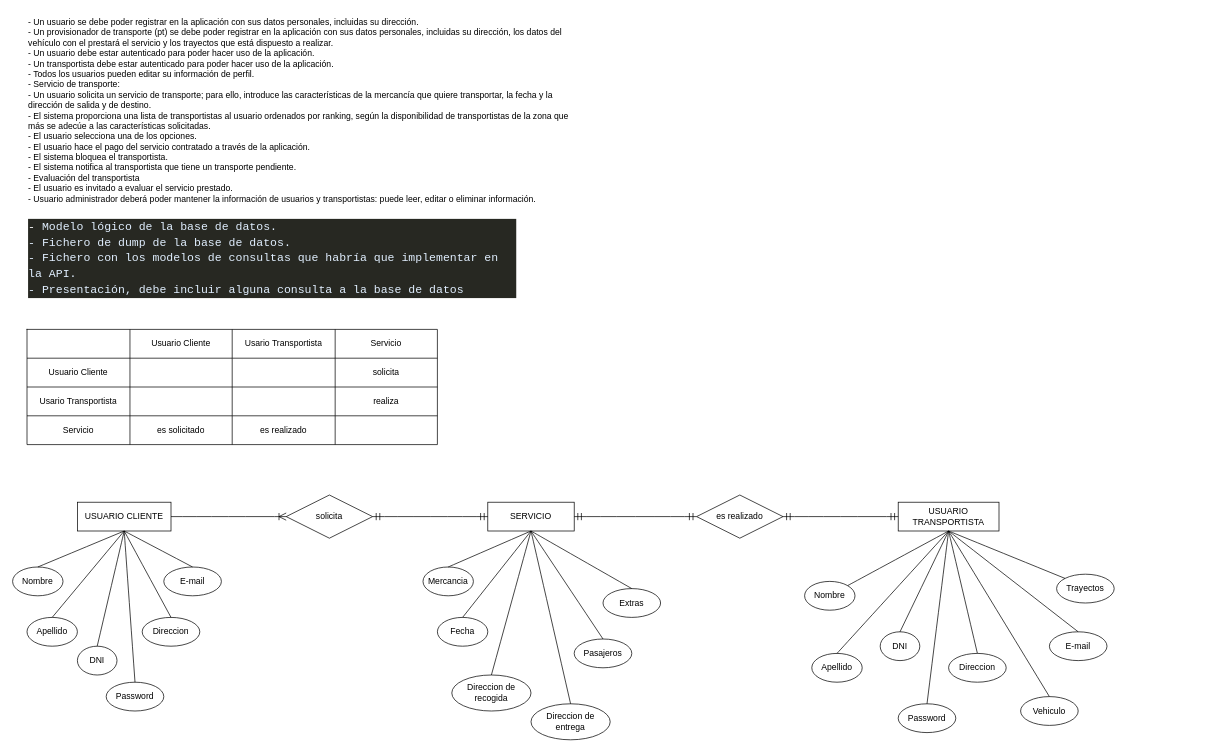
Before: Diagrama sin título.drawio in Factoria-F5-Git/mudapp-loquetucorazontediga, a draw.io diagram. Source tidied: cells renumbered, new cells numbered last; positions are measured from the earlier drawing's top-left corner, leaving out a move shared by most shapes. Both pictures are drawn from the tidied source at 72%, with x=0, y=0 at pixel (12, 12).
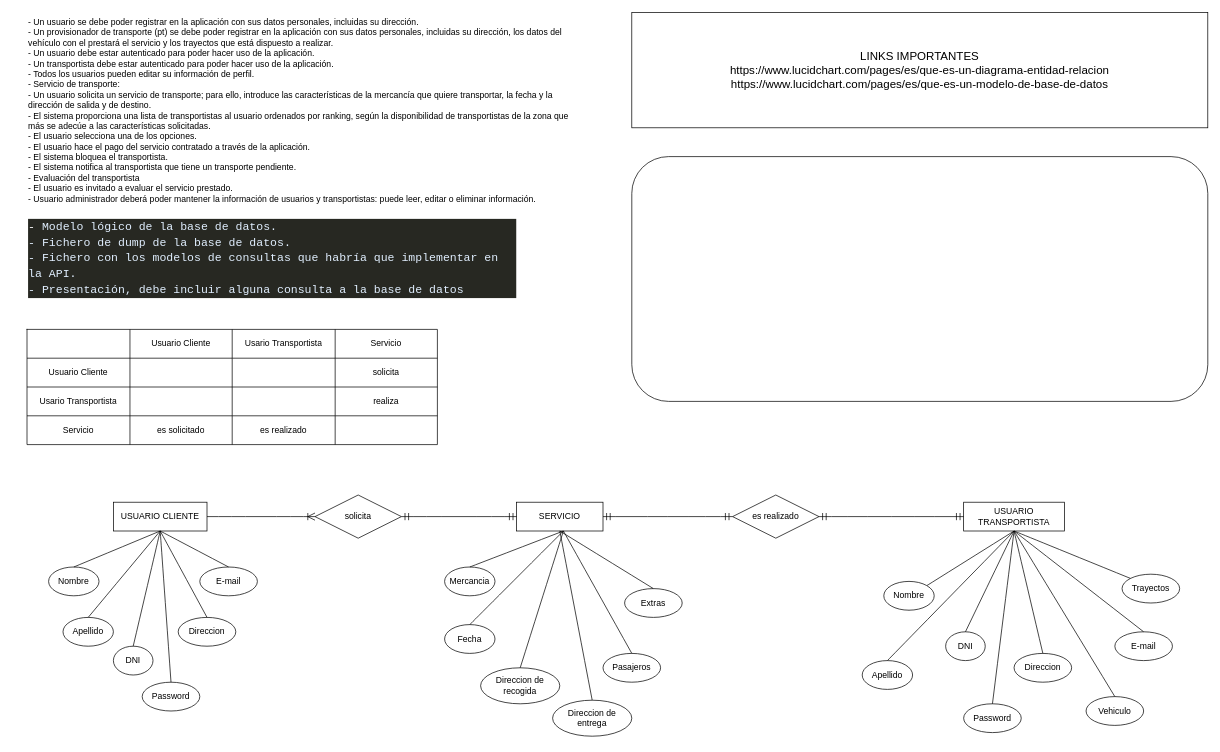
After the change.

Change to the diagram source:
```diff
@@
     <mxCell id="25" value="USUARIO CLIENTE" style="whiteSpace=wrap;html=1;align=center;" parent="1" vertex="1">
-      <mxGeometry x="90" y="680" width="130" height="40" as="geometry" />
+      <mxGeometry x="140" y="680" width="130" height="40" as="geometry" />
     </mxCell>
     <mxCell id="26" value="USUARIO TRANSPORTISTA" style="whiteSpace=wrap;html=1;align=center;" parent="1" vertex="1">
-      <mxGeometry x="1230" y="680" width="140" height="40" as="geometry" />
+      <mxGeometry x="1320.9" y="680" width="140" height="40" as="geometry" />
     </mxCell>
     <mxCell id="27" value="SERVICIO" style="whiteSpace=wrap;html=1;align=center;" parent="1" vertex="1">
-      <mxGeometry x="660" y="680" width="120" height="40" as="geometry" />
+      <mxGeometry x="700" y="680" width="120" height="40" as="geometry" />
     </mxCell>
     <mxCell id="28" value="solicita" style="shape=rhombus;perimeter=rhombusPerimeter;whiteSpace=wrap;html=1;align=center;" parent="1" vertex="1">
-      <mxGeometry x="380" y="670" width="120" height="60" as="geometry" />
+      <mxGeometry x="420" y="670" width="120" height="60" as="geometry" />
     </mxCell>
     <mxCell id="29" value="es realizado" style="shape=rhombus;perimeter=rhombusPerimeter;whiteSpace=wrap;html=1;align=center;" parent="1" vertex="1">
-      <mxGeometry x="950" y="670" width="120" height="60" as="geometry" />
+      <mxGeometry x="1000" y="670" width="120" height="60" as="geometry" />
     </mxCell>
     <mxCell id="30" value="Nombre" style="ellipse;whiteSpace=wrap;html=1;align=center;" parent="1" vertex="1">
-      <mxGeometry y="770" width="70" height="40" as="geometry" />
+      <mxGeometry x="50" y="770" width="70" height="40" as="geometry" />
     </mxCell>
     <mxCell id="31" value="Apellido" style="ellipse;whiteSpace=wrap;html=1;align=center;" parent="1" vertex="1">
-      <mxGeometry x="20" y="840" width="70" height="40" as="geometry" />
+      <mxGeometry x="70" y="840" width="70" height="40" as="geometry" />
     </mxCell>
     <mxCell id="32" value="DNI" style="ellipse;whiteSpace=wrap;html=1;align=center;" parent="1" vertex="1">
-      <mxGeometry x="90" y="880" width="55" height="40" as="geometry" />
+      <mxGeometry x="140" y="880" width="55" height="40" as="geometry" />
     </mxCell>
@@
     <mxCell id="40" value="Password" style="ellipse;whiteSpace=wrap;html=1;align=center;" parent="1" vertex="1">
-      <mxGeometry x="130" y="930" width="80" height="40" as="geometry" />
+      <mxGeometry x="180" y="930" width="80" height="40" as="geometry" />
     </mxCell>
@@
     <mxCell id="42" value="Direccion" style="ellipse;whiteSpace=wrap;html=1;align=center;" parent="1" vertex="1">
-      <mxGeometry x="180" y="840" width="80" height="40" as="geometry" />
+      <mxGeometry x="230" y="840" width="80" height="40" as="geometry" />
     </mxCell>
@@
     <mxCell id="44" value="E-mail" style="ellipse;whiteSpace=wrap;html=1;align=center;" parent="1" vertex="1">
-      <mxGeometry x="210" y="770" width="80" height="40" as="geometry" />
+      <mxGeometry x="260" y="770" width="80" height="40" as="geometry" />
     </mxCell>
@@
-    <mxCell id="46" value="Nombre" style="ellipse;whiteSpace=wrap;html=1;align=center;" parent="1" vertex="1">
-      <mxGeometry x="1100" y="790" width="70" height="40" as="geometry" />
-    </mxCell>
     <mxCell id="47" value="Apellido" style="ellipse;whiteSpace=wrap;html=1;align=center;" parent="1" vertex="1">
-      <mxGeometry x="1110" y="890" width="70" height="40" as="geometry" />
+      <mxGeometry x="1180" y="900" width="70" height="40" as="geometry" />
     </mxCell>
     <mxCell id="48" value="DNI" style="ellipse;whiteSpace=wrap;html=1;align=center;" parent="1" vertex="1">
-      <mxGeometry x="1205" y="860" width="55" height="40" as="geometry" />
+      <mxGeometry x="1295.9" y="860" width="55" height="40" as="geometry" />
     </mxCell>
@@
     <mxCell id="52" value="Password" style="ellipse;whiteSpace=wrap;html=1;align=center;" parent="1" vertex="1">
-      <mxGeometry x="1230" y="960" width="80" height="40" as="geometry" />
+      <mxGeometry x="1320.9" y="960" width="80" height="40" as="geometry" />
     </mxCell>
@@
     <mxCell id="54" value="Direccion" style="ellipse;whiteSpace=wrap;html=1;align=center;" parent="1" vertex="1">
-      <mxGeometry x="1300" y="890" width="80" height="40" as="geometry" />
+      <mxGeometry x="1390.9" y="890" width="80" height="40" as="geometry" />
     </mxCell>
@@
     <mxCell id="56" value="E-mail" style="ellipse;whiteSpace=wrap;html=1;align=center;" parent="1" vertex="1">
-      <mxGeometry x="1440" y="860" width="80" height="40" as="geometry" />
+      <mxGeometry x="1530.9" y="860" width="80" height="40" as="geometry" />
     </mxCell>
@@
     <mxCell id="58" value="Vehiculo" style="ellipse;whiteSpace=wrap;html=1;align=center;" parent="1" vertex="1">
-      <mxGeometry x="1400" y="950" width="80" height="40" as="geometry" />
+      <mxGeometry x="1490.9" y="950" width="80" height="40" as="geometry" />
     </mxCell>
@@
     <mxCell id="60" value="Trayectos" style="ellipse;whiteSpace=wrap;html=1;align=center;" parent="1" vertex="1">
-      <mxGeometry x="1450" y="780" width="80" height="40" as="geometry" />
+      <mxGeometry x="1540.9" y="780" width="80" height="40" as="geometry" />
     </mxCell>
@@
     <mxCell id="62" value="Mercancia" style="ellipse;whiteSpace=wrap;html=1;align=center;" parent="1" vertex="1">
-      <mxGeometry x="570" y="770" width="70" height="40" as="geometry" />
+      <mxGeometry x="600" y="770" width="70" height="40" as="geometry" />
     </mxCell>
     <mxCell id="63" value="Fecha" style="ellipse;whiteSpace=wrap;html=1;align=center;" parent="1" vertex="1">
-      <mxGeometry x="590" y="840" width="70" height="40" as="geometry" />
+      <mxGeometry x="600" y="850" width="70" height="40" as="geometry" />
     </mxCell>
-    <mxCell id="64" style="endArrow=none;html=1;rounded=0;fontSize=12;startSize=8;endSize=8;curved=1;entryX=0.5;entryY=1;entryDx=0;entryDy=0;exitX=0.5;exitY=0;exitDx=0;exitDy=0;" parent="1" edge="1" source="63" target="27">
-      <mxGeometry relative="1" as="geometry" />
+    <mxCell id="64" style="endArrow=none;html=1;rounded=0;fontSize=12;startSize=8;endSize=8;curved=1;entryX=0.5;entryY=1;entryDx=0;entryDy=0;exitX=0.5;exitY=0;exitDx=0;exitDy=0;" parent="1" edge="1" source="63">
+      <mxGeometry relative="1" as="geometry">
+        <mxPoint x="765" y="720" as="targetPoint" />
+      </mxGeometry>
     </mxCell>
-    <mxCell id="65" style="endArrow=none;html=1;rounded=0;fontSize=12;startSize=8;endSize=8;curved=1;entryX=0.5;entryY=1;entryDx=0;entryDy=0;exitX=0.5;exitY=0;exitDx=0;exitDy=0;" parent="1" edge="1" source="62" target="27">
-      <mxGeometry relative="1" as="geometry" />
+    <mxCell id="65" style="endArrow=none;html=1;rounded=0;fontSize=12;startSize=8;endSize=8;curved=1;entryX=0.5;entryY=1;entryDx=0;entryDy=0;exitX=0.5;exitY=0;exitDx=0;exitDy=0;" parent="1" edge="1" source="62">
+      <mxGeometry relative="1" as="geometry">
+        <mxPoint x="765" y="720" as="targetPoint" />
+      </mxGeometry>
     </mxCell>
     <mxCell id="66" value="Direccion de recogida" style="ellipse;whiteSpace=wrap;html=1;align=center;" parent="1" vertex="1">
-      <mxGeometry x="610" y="920" width="110" height="50" as="geometry" />
+      <mxGeometry x="650" y="910" width="110" height="50" as="geometry" />
     </mxCell>
-    <mxCell id="67" style="endArrow=none;html=1;rounded=0;fontSize=12;startSize=8;endSize=8;curved=1;entryX=0.5;entryY=0;entryDx=0;entryDy=0;exitX=0.5;exitY=1;exitDx=0;exitDy=0;" parent="1" edge="1" source="27" target="66">
-      <mxGeometry relative="1" as="geometry" />
+    <mxCell id="67" style="endArrow=none;html=1;rounded=0;fontSize=12;startSize=8;endSize=8;curved=1;entryX=0.5;entryY=0;entryDx=0;entryDy=0;exitX=0.5;exitY=1;exitDx=0;exitDy=0;" parent="1" edge="1" target="66">
+      <mxGeometry relative="1" as="geometry">
+        <mxPoint x="765" y="720" as="sourcePoint" />
+      </mxGeometry>
     </mxCell>
     <mxCell id="68" value="Direccion de entrega" style="ellipse;whiteSpace=wrap;html=1;align=center;" parent="1" vertex="1">
-      <mxGeometry x="720" y="960" width="110" height="50" as="geometry" />
+      <mxGeometry x="750" y="955" width="110" height="50" as="geometry" />
     </mxCell>
@@
     <mxCell id="70" value="Pasajeros" style="ellipse;whiteSpace=wrap;html=1;align=center;" parent="1" vertex="1">
-      <mxGeometry x="780" y="870" width="80" height="40" as="geometry" />
+      <mxGeometry x="820" y="890" width="80" height="40" as="geometry" />
     </mxCell>
-    <mxCell id="71" style="endArrow=none;html=1;rounded=0;fontSize=12;startSize=8;endSize=8;curved=1;entryX=0.5;entryY=0;entryDx=0;entryDy=0;exitX=0.5;exitY=1;exitDx=0;exitDy=0;" parent="1" edge="1" source="27" target="70">
-      <mxGeometry relative="1" as="geometry" />
+    <mxCell id="71" style="endArrow=none;html=1;rounded=0;fontSize=12;startSize=8;endSize=8;curved=1;entryX=0.5;entryY=0;entryDx=0;entryDy=0;exitX=0.5;exitY=1;exitDx=0;exitDy=0;" parent="1" edge="1" target="70">
+      <mxGeometry relative="1" as="geometry">
+        <mxPoint x="765" y="720" as="sourcePoint" />
+      </mxGeometry>
     </mxCell>
     <mxCell id="72" value="Extras" style="ellipse;whiteSpace=wrap;html=1;align=center;" parent="1" vertex="1">
-      <mxGeometry x="820" y="800" width="80" height="40" as="geometry" />
+      <mxGeometry x="850" y="800" width="80" height="40" as="geometry" />
     </mxCell>
@@
+    <mxCell id="74" style="endArrow=none;html=1;rounded=0;fontSize=12;startSize=8;endSize=8;curved=1;entryX=0.5;entryY=1;entryDx=0;entryDy=0;exitX=1;exitY=0;exitDx=0;exitDy=0;" parent="1" edge="1" target="46">
+      <mxGeometry relative="1" as="geometry">
+        <mxPoint x="1250" y="795.5" as="sourcePoint" />
+      </mxGeometry>
+    </mxCell>
+    <mxCell id="46" value="Nombre" style="ellipse;whiteSpace=wrap;html=1;align=center;" parent="1" vertex="1">
+      <mxGeometry x="1210" y="790" width="70" height="40" as="geometry" />
+    </mxCell>
+    <mxCell id="75" value="LINKS IMPORTANTES&lt;br&gt;https://www.lucidchart.com/pages/es/que-es-un-diagrama-entidad-relacion&lt;br&gt;https://www.lucidchart.com/pages/es/que-es-un-modelo-de-base-de-datos" style="rounded=0;whiteSpace=wrap;html=1;fontSize=16;" parent="1" vertex="1">
+      <mxGeometry x="860" width="800" height="160" as="geometry" />
+    </mxCell>
+    <mxCell id="76" style="rounded=1;whiteSpace=wrap;html=1;fontSize=16;" parent="1" vertex="1">
+      <mxGeometry x="860" y="200" width="800" height="340" as="geometry" />
+    </mxCell>
```
